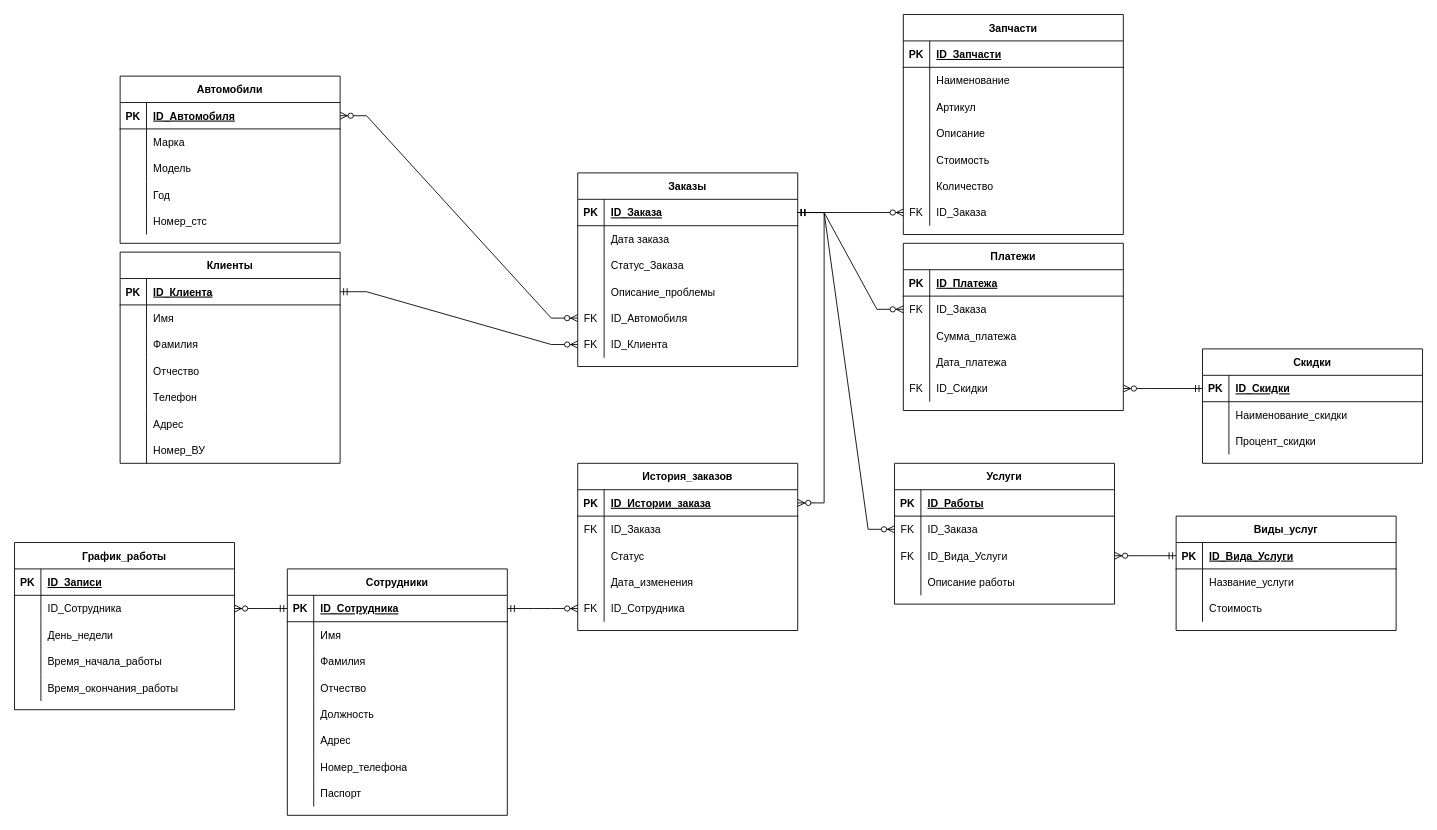
The draw.io diagram bsbd-kurs.drawio in 1DeMeNToR1/D-D-Helper, before the edit. Source tidied: cells renumbered, new cells numbered last; positions are measured from the earlier drawing's top-left corner, leaving out a move shared by most shapes. Both pictures are drawn from the tidied source at 88%, with x=0, y=0 at pixel (14, 14).
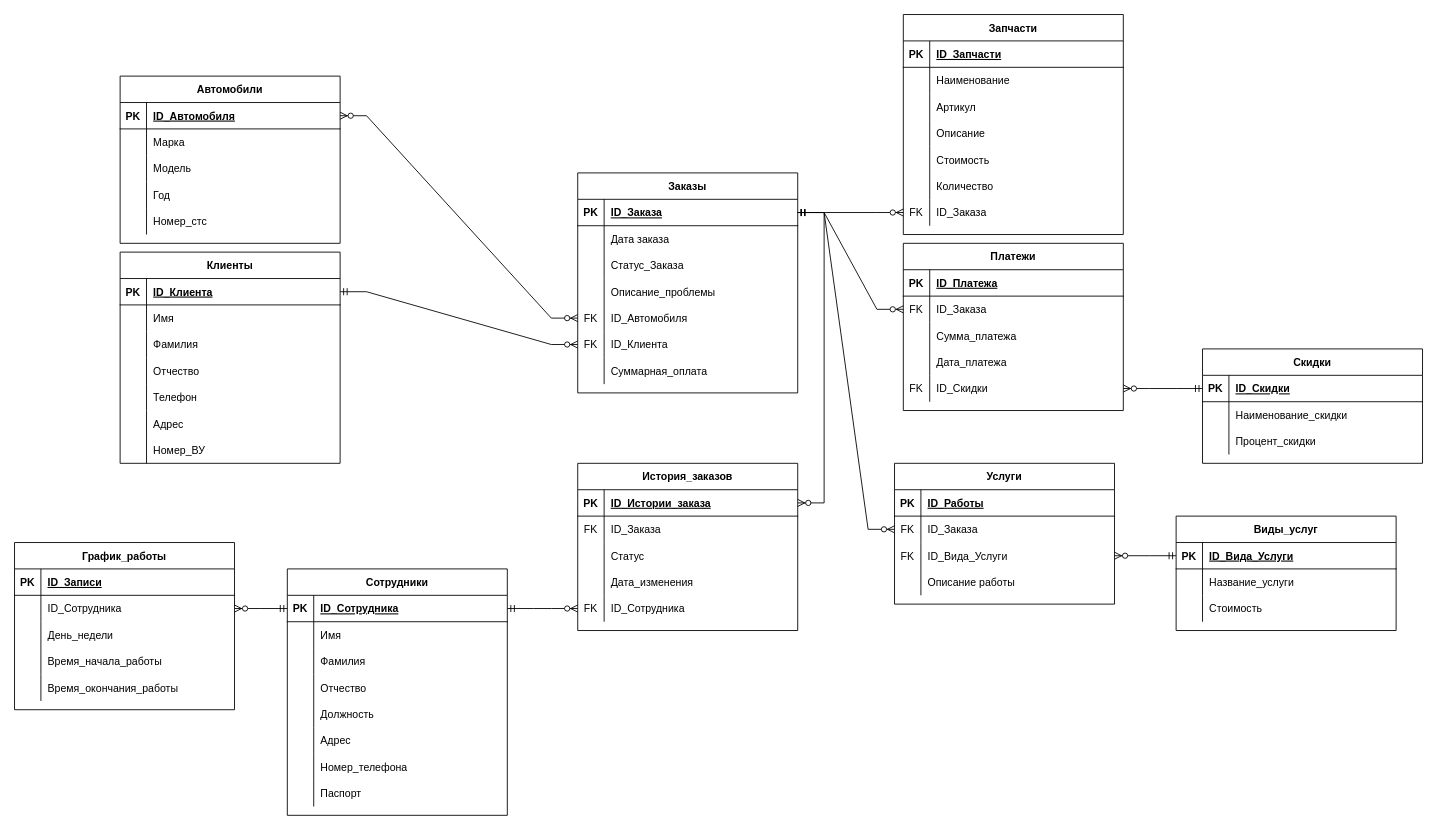
The same page after the edit.

Change to the diagram source:
```diff
@@
     <mxCell id="24" value="Заказы" style="shape=table;startSize=30;childLayout=tableLayout;rowLines=0;fontStyle=1;align=center;" parent="1" vertex="1">
-      <mxGeometry x="640" y="180" width="250" height="220" as="geometry" />
+      <mxGeometry x="640" y="180" width="250" height="250" as="geometry" />
     </mxCell>
@@
+    <mxCell id="197" style="shape=partialRectangle;fillColor=none;top=0;left=0;right=0;bottom=0;" parent="24" vertex="1">
+      <mxGeometry y="210" width="250" height="30" as="geometry" />
+    </mxCell>
+    <mxCell id="198" style="shape=partialRectangle;overflow=hidden;fillColor=none;top=0;left=0;bottom=0;right=0;" parent="197" vertex="1">
+      <mxGeometry width="30" height="30" as="geometry" />
+    </mxCell>
+    <mxCell id="199" value="Суммарная_оплата" style="shape=partialRectangle;overflow=hidden;fillColor=none;top=0;left=0;bottom=0;right=0;align=left;spacingLeft=6;" parent="197" vertex="1">
+      <mxGeometry x="30" width="220" height="30" as="geometry" />
+    </mxCell>
```
